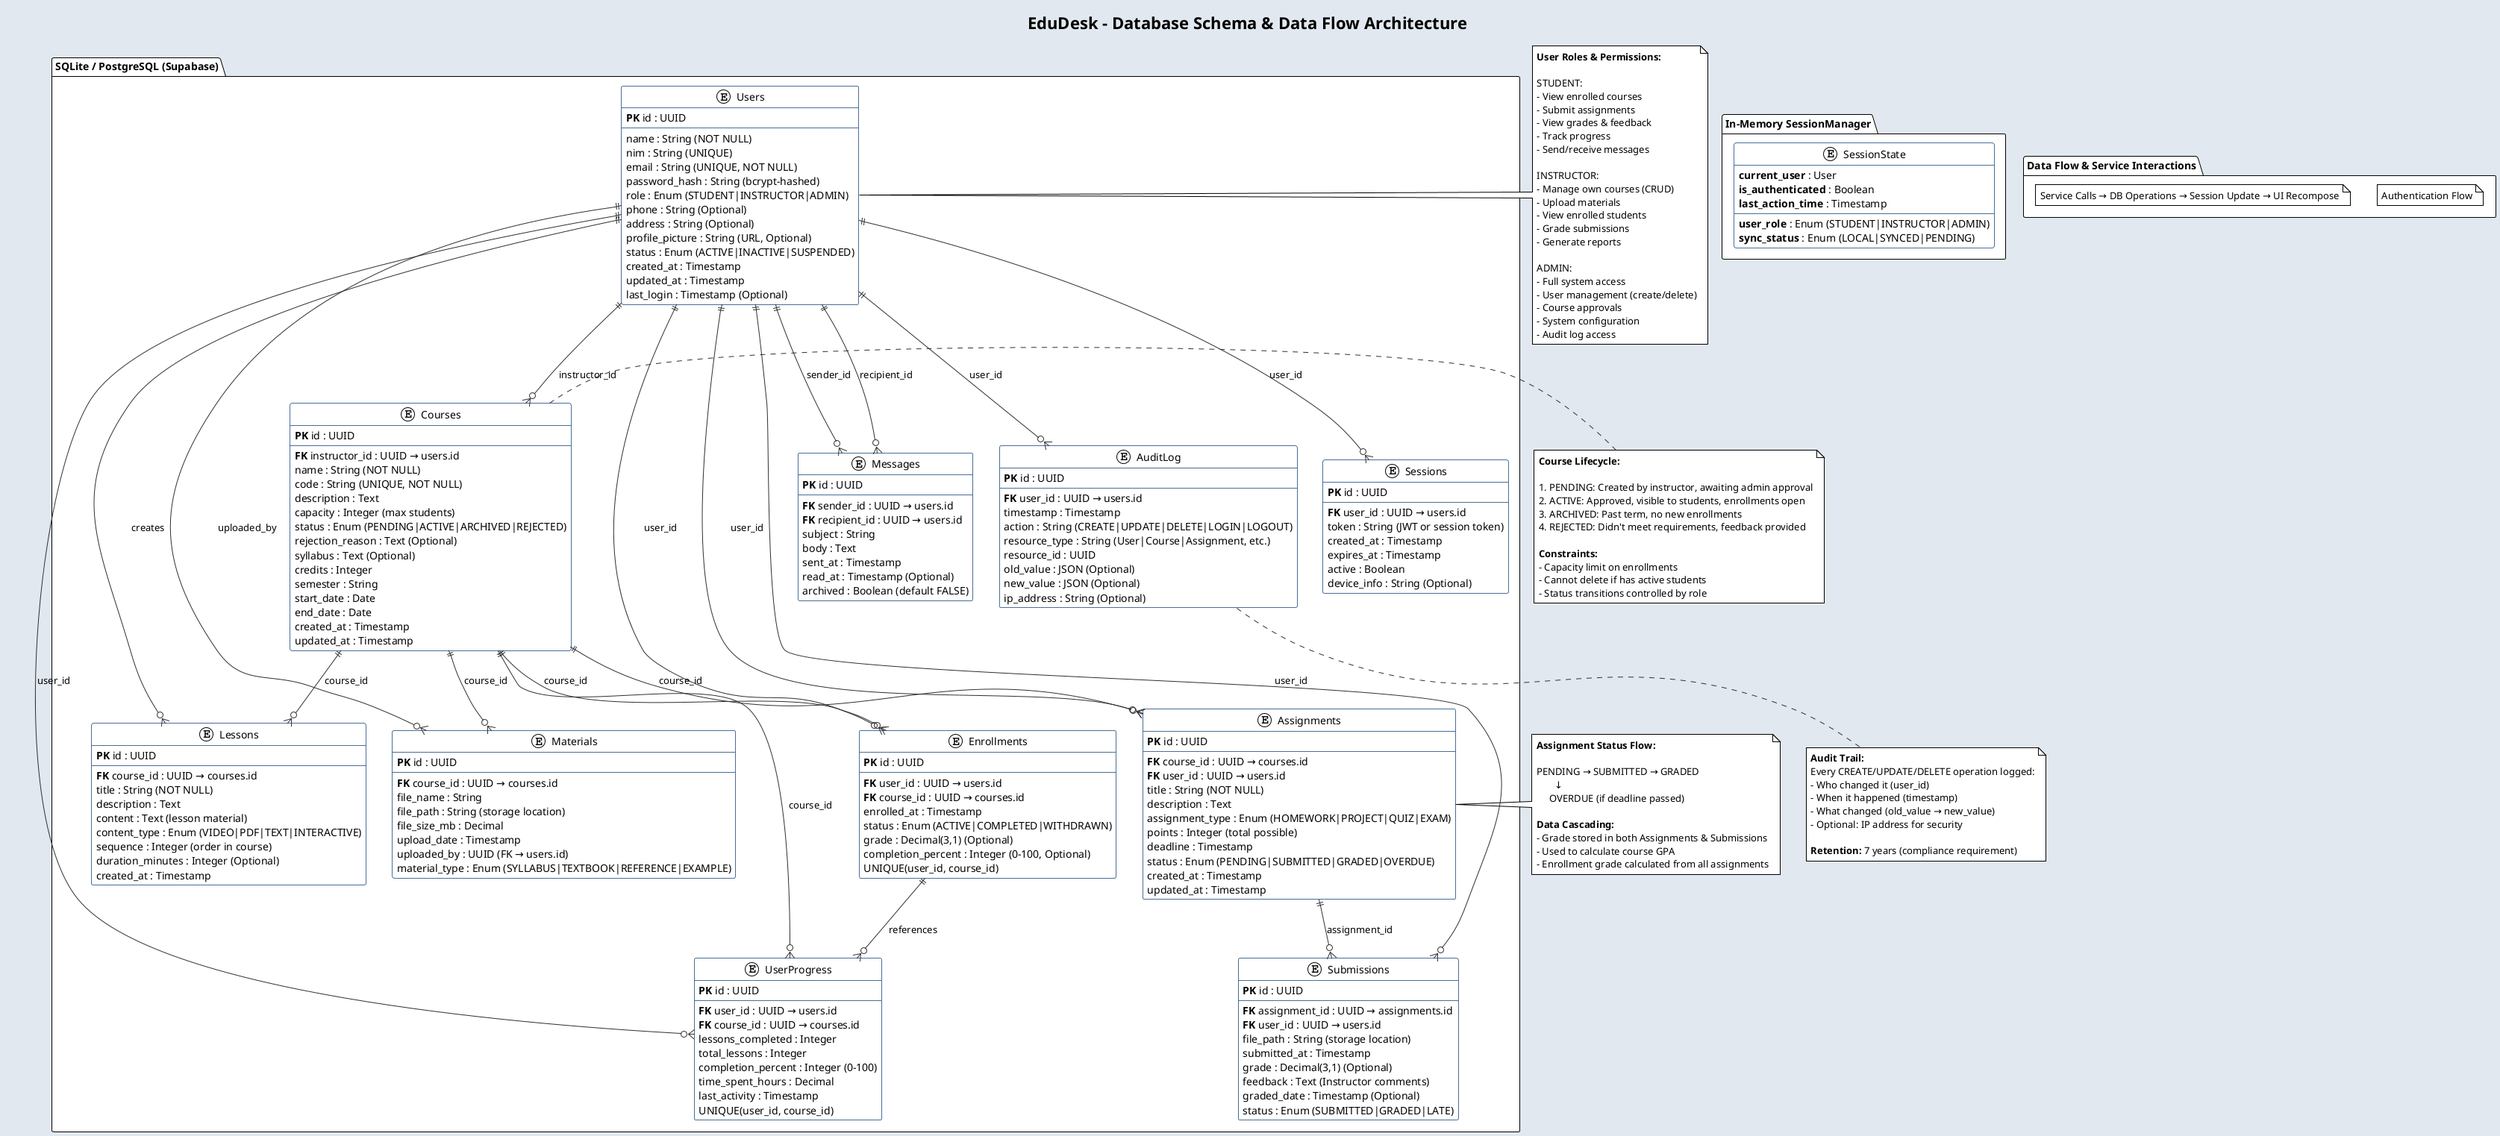
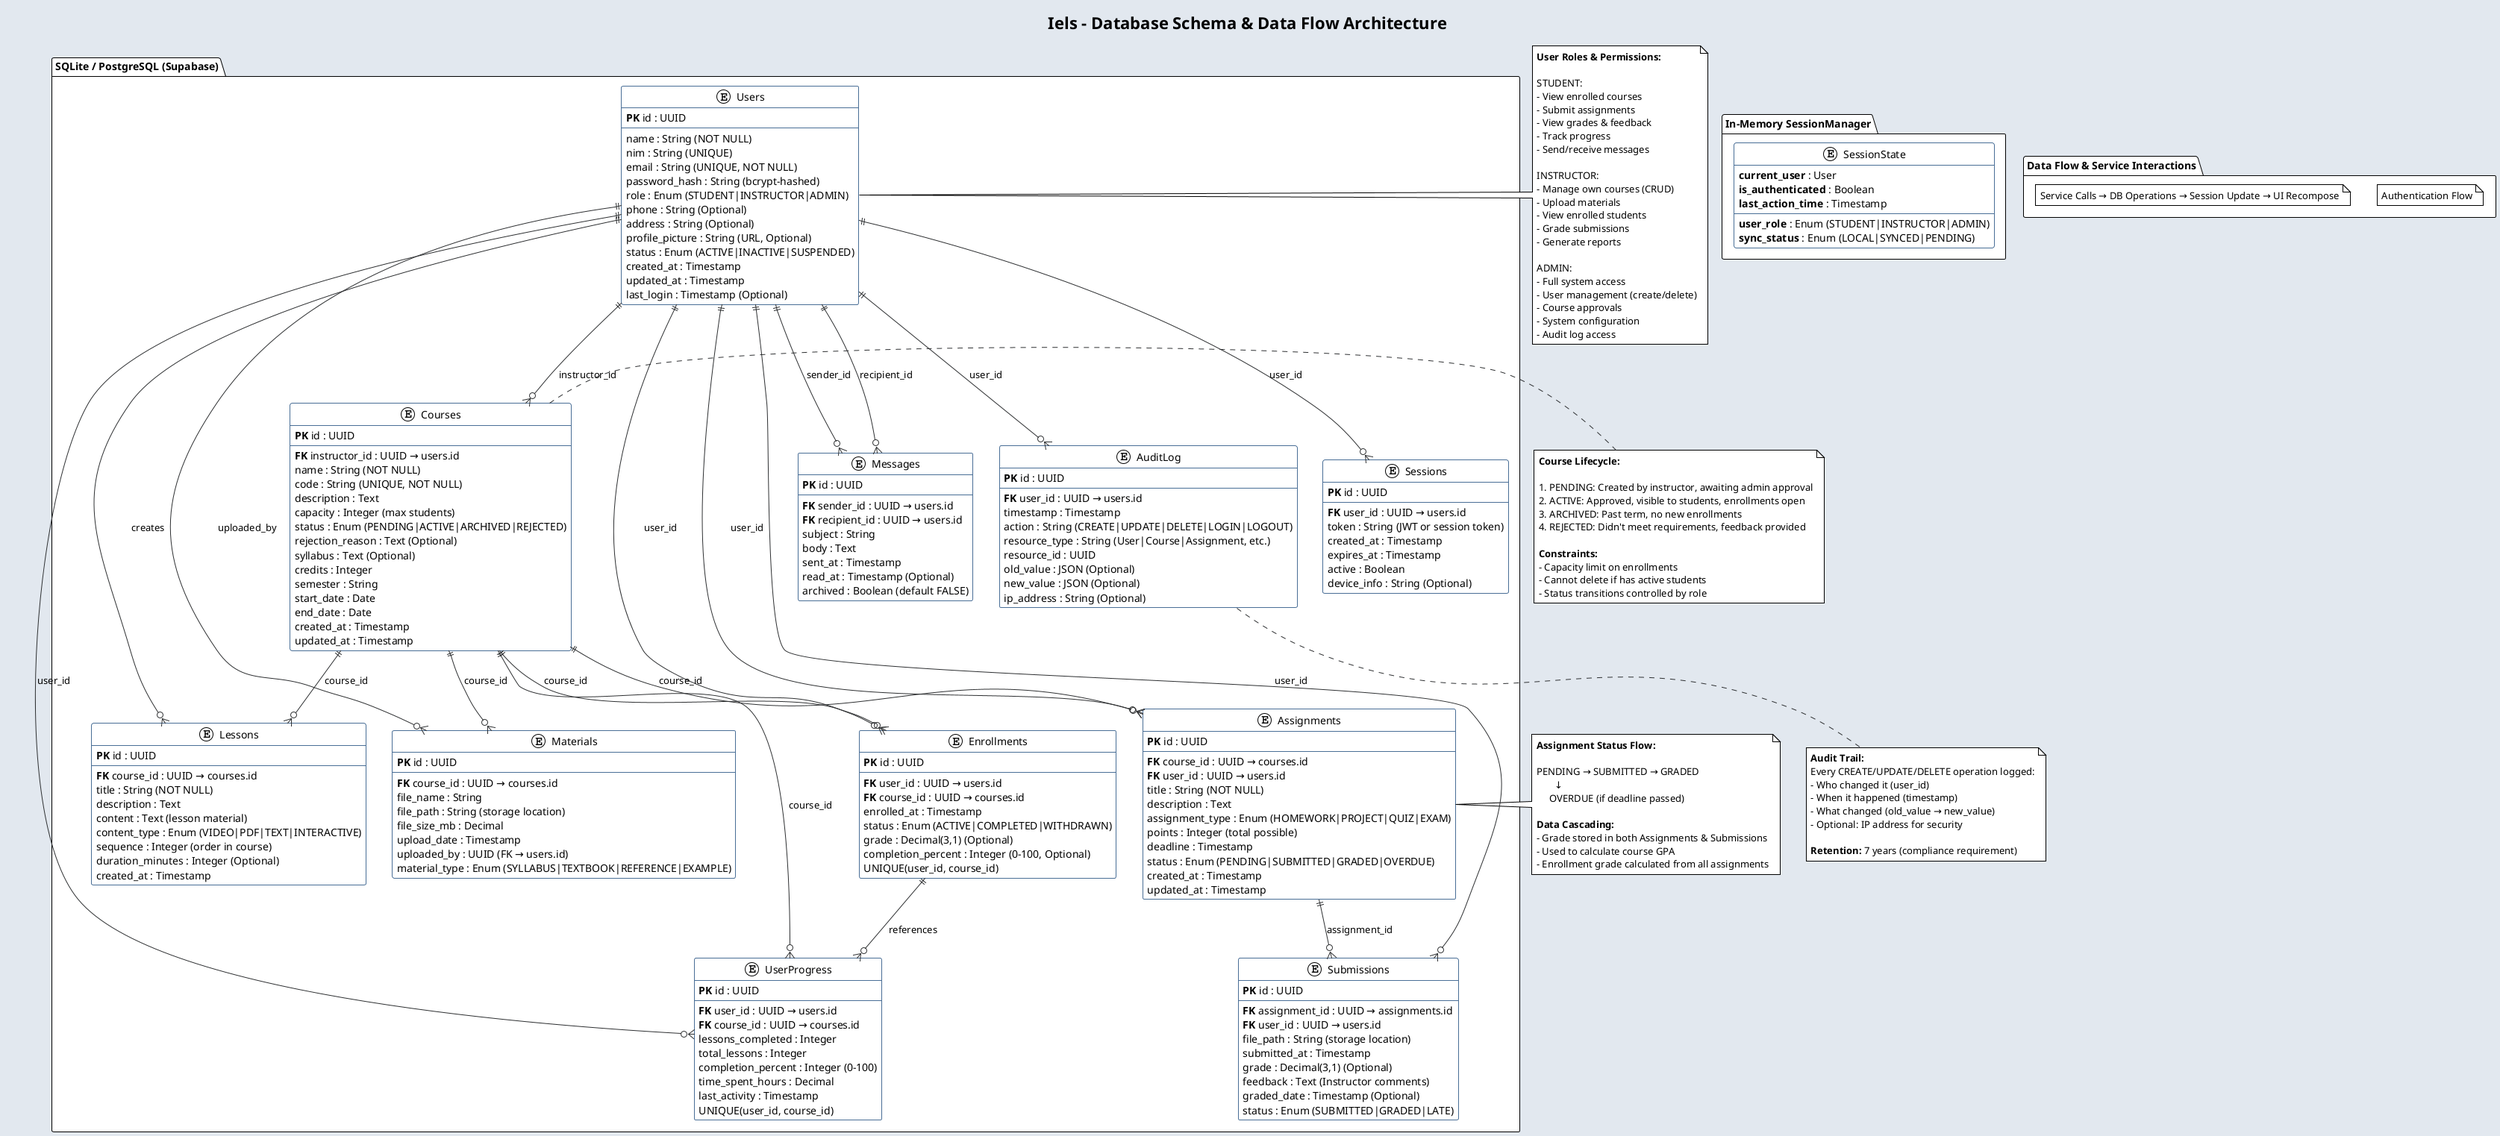
@startuml Database_Architecture
!theme plain
- title EduDesk - Database Schema & Data Flow Architecture
+ title Iels - Database Schema & Data Flow Architecture

skinparam backgroundColor #E2E8EF
skinparam classBackgroundColor #FFFFFF
skinparam classBorderColor #496E96
skinparam classArrowColor #2D2F31
skinparam activityBackgroundColor #496E96

package "SQLite / PostgreSQL (Supabase)" {

    entity "Users" as users {
        **PK** id : UUID
        --
        name : String (NOT NULL)
        nim : String (UNIQUE)
        email : String (UNIQUE, NOT NULL)
        password_hash : String (bcrypt-hashed)
        role : Enum (STUDENT|INSTRUCTOR|ADMIN)
        phone : String (Optional)
        address : String (Optional)
        profile_picture : String (URL, Optional)
        status : Enum (ACTIVE|INACTIVE|SUSPENDED)
        created_at : Timestamp
        updated_at : Timestamp
        last_login : Timestamp (Optional)
    }

    entity "Courses" as courses {
        **PK** id : UUID
        --
        **FK** instructor_id : UUID → users.id
        name : String (NOT NULL)
        code : String (UNIQUE, NOT NULL)
        description : Text
        capacity : Integer (max students)
        status : Enum (PENDING|ACTIVE|ARCHIVED|REJECTED)
        rejection_reason : Text (Optional)
        syllabus : Text (Optional)
        credits : Integer
        semester : String
        start_date : Date
        end_date : Date
        created_at : Timestamp
        updated_at : Timestamp
    }

    entity "Enrollments" as enrollments {
        **PK** id : UUID
        --
        **FK** user_id : UUID → users.id
        **FK** course_id : UUID → courses.id
        enrolled_at : Timestamp
        status : Enum (ACTIVE|COMPLETED|WITHDRAWN)
        grade : Decimal(3,1) (Optional)
        completion_percent : Integer (0-100, Optional)
        UNIQUE(user_id, course_id)
    }

    entity "Assignments" as assignments {
        **PK** id : UUID
        --
        **FK** course_id : UUID → courses.id
        **FK** user_id : UUID → users.id
        title : String (NOT NULL)
        description : Text
        assignment_type : Enum (HOMEWORK|PROJECT|QUIZ|EXAM)
        points : Integer (total possible)
        deadline : Timestamp
        status : Enum (PENDING|SUBMITTED|GRADED|OVERDUE)
        created_at : Timestamp
        updated_at : Timestamp
    }

    entity "Submissions" as submissions {
        **PK** id : UUID
        --
        **FK** assignment_id : UUID → assignments.id
        **FK** user_id : UUID → users.id
        file_path : String (storage location)
        submitted_at : Timestamp
        grade : Decimal(3,1) (Optional)
        feedback : Text (Instructor comments)
        graded_date : Timestamp (Optional)
        status : Enum (SUBMITTED|GRADED|LATE)
    }

    entity "Lessons" as lessons {
        **PK** id : UUID
        --
        **FK** course_id : UUID → courses.id
        title : String (NOT NULL)
        description : Text
        content : Text (lesson material)
        content_type : Enum (VIDEO|PDF|TEXT|INTERACTIVE)
        sequence : Integer (order in course)
        duration_minutes : Integer (Optional)
        created_at : Timestamp
    }

    entity "Materials" as materials {
        **PK** id : UUID
        --
        **FK** course_id : UUID → courses.id
        file_name : String
        file_path : String (storage location)
        file_size_mb : Decimal
        upload_date : Timestamp
        uploaded_by : UUID (FK → users.id)
        material_type : Enum (SYLLABUS|TEXTBOOK|REFERENCE|EXAMPLE)
    }

    entity "UserProgress" as progress {
        **PK** id : UUID
        --
        **FK** user_id : UUID → users.id
        **FK** course_id : UUID → courses.id
        lessons_completed : Integer
        total_lessons : Integer
        completion_percent : Integer (0-100)
        time_spent_hours : Decimal
        last_activity : Timestamp
        UNIQUE(user_id, course_id)
    }

    entity "Messages" as messages {
        **PK** id : UUID
        --
        **FK** sender_id : UUID → users.id
        **FK** recipient_id : UUID → users.id
        subject : String
        body : Text
        sent_at : Timestamp
        read_at : Timestamp (Optional)
        archived : Boolean (default FALSE)
    }

    entity "AuditLog" as audit {
        **PK** id : UUID
        --
        **FK** user_id : UUID → users.id
        timestamp : Timestamp
        action : String (CREATE|UPDATE|DELETE|LOGIN|LOGOUT)
        resource_type : String (User|Course|Assignment, etc.)
        resource_id : UUID
        old_value : JSON (Optional)
        new_value : JSON (Optional)
        ip_address : String (Optional)
    }

    entity "Sessions" as sessions {
        **PK** id : UUID
        --
        **FK** user_id : UUID → users.id
        token : String (JWT or session token)
        created_at : Timestamp
        expires_at : Timestamp
        active : Boolean
        device_info : String (Optional)
    }
}

package "In-Memory SessionManager" {
    entity "SessionState" as session_state {
        **current_user** : User
        **is_authenticated** : Boolean
        **user_role** : Enum (STUDENT|INSTRUCTOR|ADMIN)
        **last_action_time** : Timestamp
        **sync_status** : Enum (LOCAL|SYNCED|PENDING)
    }
}

package "Data Flow & Service Interactions" {
    note "Authentication Flow" as auth_note
    note "Service Calls → DB Operations → Session Update → UI Recompose" as flow_note
}

' Relationships
users ||--o{ courses : "instructor_id"
users ||--o{ enrollments : "user_id"
users ||--o{ assignments : "user_id"
users ||--o{ submissions : "user_id"
users ||--o{ lessons : "creates"
users ||--o{ materials : "uploaded_by"
users ||--o{ progress : "user_id"
users ||--o{ messages : "sender_id"
users ||--o{ messages : "recipient_id"
users ||--o{ audit : "user_id"
users ||--o{ sessions : "user_id"

courses ||--o{ enrollments : "course_id"
courses ||--o{ assignments : "course_id"
courses ||--o{ lessons : "course_id"
courses ||--o{ materials : "course_id"
courses ||--o{ progress : "course_id"

enrollments ||--o{ progress : "references"

assignments ||--o{ submissions : "assignment_id"

note right of users
    **User Roles & Permissions:**

    STUDENT:
    - View enrolled courses
    - Submit assignments
    - View grades & feedback
    - Track progress
    - Send/receive messages

    INSTRUCTOR:
    - Manage own courses (CRUD)
    - Upload materials
    - View enrolled students
    - Grade submissions
    - Generate reports

    ADMIN:
    - Full system access
    - User management (create/delete)
    - Course approvals
    - System configuration
    - Audit log access
end note

note right of courses
    **Course Lifecycle:**

    1. PENDING: Created by instructor, awaiting admin approval
    2. ACTIVE: Approved, visible to students, enrollments open
    3. ARCHIVED: Past term, no new enrollments
    4. REJECTED: Didn't meet requirements, feedback provided

    **Constraints:**
    - Capacity limit on enrollments
    - Cannot delete if has active students
    - Status transitions controlled by role
end note

note right of assignments
    **Assignment Status Flow:**

    PENDING → SUBMITTED → GRADED
           ↓
         OVERDUE (if deadline passed)

    **Data Cascading:**
    - Grade stored in both Assignments & Submissions
    - Used to calculate course GPA
    - Enrollment grade calculated from all assignments
end note

note bottom of audit
    **Audit Trail:**
    Every CREATE/UPDATE/DELETE operation logged:
    - Who changed it (user_id)
    - When it happened (timestamp)
    - What changed (old_value → new_value)
    - Optional: IP address for security

    **Retention:** 7 years (compliance requirement)
end note

@enduml
